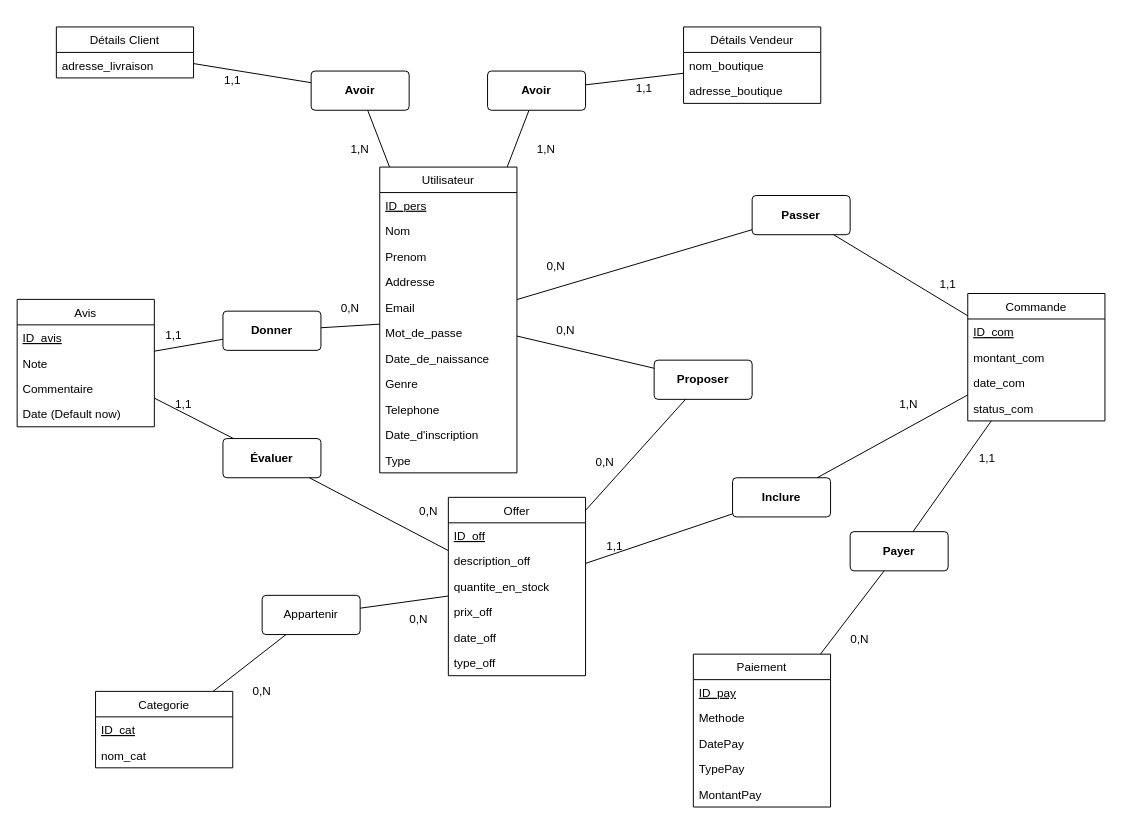
Above: Planning/Modelisations.dio in haki24gamer/Taajr (draw.io), before the change. Source tidied: cells renumbered, new cells numbered last; positions are measured from the earlier drawing's top-left corner, leaving out a move shared by most shapes. Both pictures are drawn from the tidied source at 98%, with x=0, y=0 at pixel (17, 26).
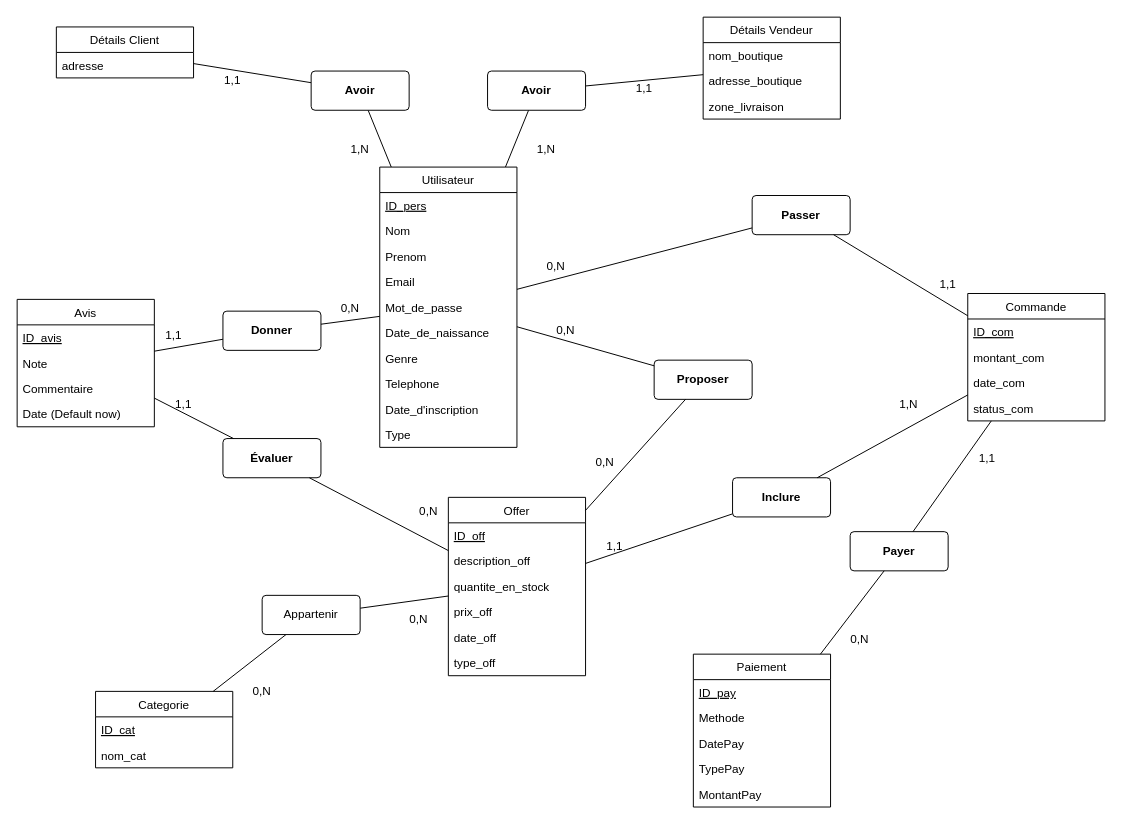
Above is the later version.

Unchanged cells that the change refers to:
```xml
<mxCell id="81" value="Détails Client" style="swimlane;fontStyle=0;horizontal=1;startSize=26;" parent="1" vertex="1">
  <mxGeometry x="40" width="140" height="52" as="geometry" />
</mxCell>
```

The edit, as a diff of the source:
```diff
@@
     <mxCell id="11" value="Utilisateur" style="swimlane;fontStyle=0;horizontal=1;startSize=26;" parent="1" vertex="1">
-      <mxGeometry x="370" y="143" width="140" height="312" as="geometry" />
+      <mxGeometry x="370" y="143" width="140" height="286" as="geometry" />
     </mxCell>
@@
-    <mxCell id="15" value="Addresse" style="text;strokeColor=none;fillColor=none;align=left;verticalAlign=top;spacingLeft=4;spacingRight=4;overflow=hidden;" parent="11" vertex="1">
-      <mxGeometry y="104" width="140" height="26" as="geometry" />
-    </mxCell>
     <mxCell id="16" value="Email" style="text;strokeColor=none;fillColor=none;align=left;verticalAlign=top;spacingLeft=4;spacingRight=4;overflow=hidden;" parent="11" vertex="1">
-      <mxGeometry y="130" width="140" height="26" as="geometry" />
+      <mxGeometry y="104" width="140" height="26" as="geometry" />
     </mxCell>
     <mxCell id="17" value="Mot_de_passe" style="text;strokeColor=none;fillColor=none;align=left;verticalAlign=top;spacingLeft=4;spacingRight=4;overflow=hidden;" parent="11" vertex="1">
-      <mxGeometry y="156" width="140" height="26" as="geometry" />
+      <mxGeometry y="130" width="140" height="26" as="geometry" />
     </mxCell>
     <mxCell id="18" value="Date_de_naissance" style="text;strokeColor=none;fillColor=none;align=left;verticalAlign=top;spacingLeft=4;spacingRight=4;overflow=hidden;" parent="11" vertex="1">
-      <mxGeometry y="182" width="140" height="26" as="geometry" />
+      <mxGeometry y="156" width="140" height="26" as="geometry" />
     </mxCell>
     <mxCell id="19" value="Genre" style="text;strokeColor=none;fillColor=none;align=left;verticalAlign=top;spacingLeft=4;spacingRight=4;overflow=hidden;" parent="11" vertex="1">
-      <mxGeometry y="208" width="140" height="26" as="geometry" />
+      <mxGeometry y="182" width="140" height="26" as="geometry" />
     </mxCell>
     <mxCell id="20" value="Telephone" style="text;strokeColor=none;fillColor=none;align=left;verticalAlign=top;spacingLeft=4;spacingRight=4;overflow=hidden;" parent="11" vertex="1">
-      <mxGeometry y="234" width="140" height="26" as="geometry" />
+      <mxGeometry y="208" width="140" height="26" as="geometry" />
     </mxCell>
     <mxCell id="21" value="Date_d'inscription" style="text;strokeColor=none;fillColor=none;align=left;verticalAlign=top;spacingLeft=4;spacingRight=4;overflow=hidden;" parent="11" vertex="1">
-      <mxGeometry y="260" width="140" height="26" as="geometry" />
+      <mxGeometry y="234" width="140" height="26" as="geometry" />
     </mxCell>
     <mxCell id="22" value="Type" style="text;strokeColor=none;fillColor=none;align=left;verticalAlign=top;spacingLeft=4;spacingRight=4;overflow=hidden;" parent="11" vertex="1">
-      <mxGeometry y="286" width="140" height="26" as="geometry" />
+      <mxGeometry y="260" width="140" height="26" as="geometry" />
     </mxCell>
@@
-    <mxCell id="82" value="adresse_livraison " style="text;strokeColor=none;fillColor=none;align=left;verticalAlign=top;spacingLeft=4;spacingRight=4;overflow=hidden;fontStyle=0;" parent="81" vertex="1">
+    <mxCell id="82" value="adresse" style="text;strokeColor=none;fillColor=none;align=left;verticalAlign=top;spacingLeft=4;spacingRight=4;overflow=hidden;fontStyle=0;" parent="81" vertex="1">
       <mxGeometry y="26" width="140" height="26" as="geometry" />
     </mxCell>
     <mxCell id="83" value="Détails Vendeur" style="swimlane;fontStyle=0;horizontal=1;startSize=26;" parent="1" vertex="1">
-      <mxGeometry x="680" width="140" height="78" as="geometry" />
+      <mxGeometry x="700" y="-10" width="140" height="104" as="geometry" />
     </mxCell>
@@
+    <mxCell id="90" value="zone_livraison" style="text;strokeColor=none;fillColor=none;align=left;verticalAlign=top;spacingLeft=4;spacingRight=4;overflow=hidden;" parent="83" vertex="1">
+      <mxGeometry y="78" width="140" height="26" as="geometry" />
+    </mxCell>
```
